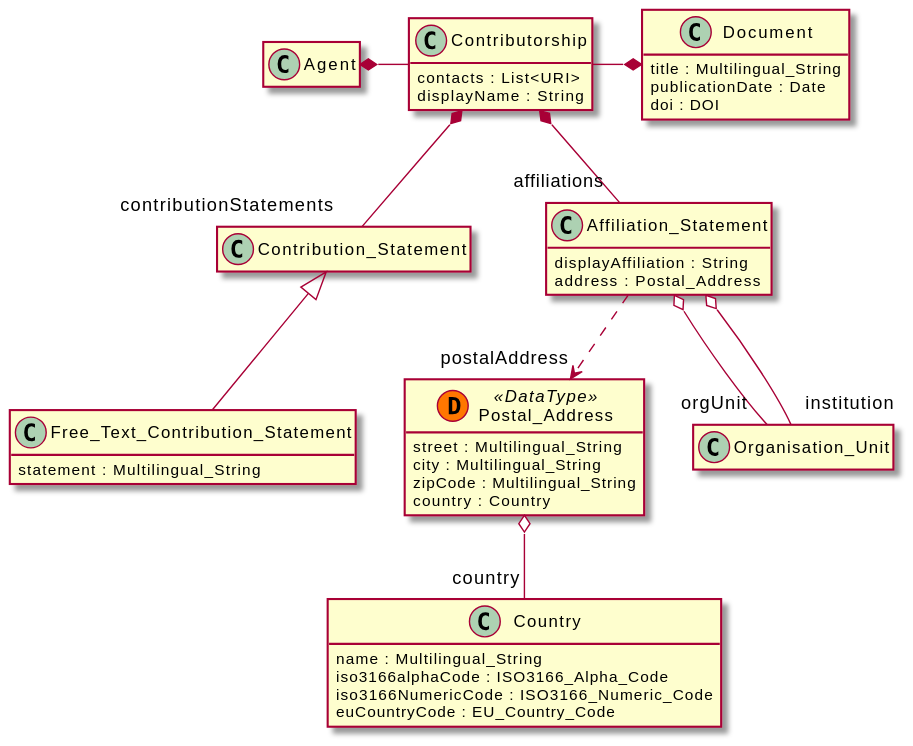
The PlantUML diagram diagrams/contributorship.svg in EuroCRIS/CERIF-Core, before a commit. Its diagram source:
```plantuml
@startuml

    !includesub core.puml!common
    !includesub core.puml!Contributorship

@enduml
```
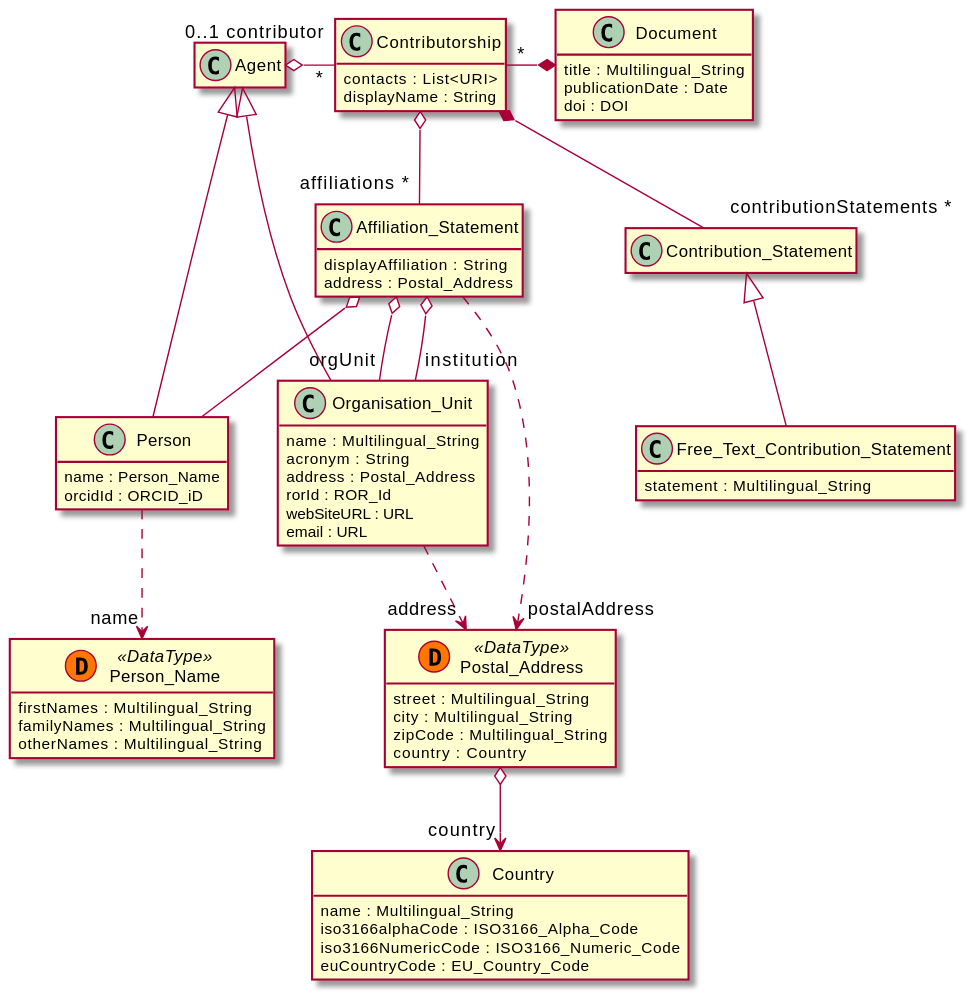
Above is the later version.

Diff of the diagram source:
```diff
@@ -1,6 +1,7 @@
 @startuml
 
     !includesub core.puml!common
+    !includesub core.puml!Agent
     !includesub core.puml!Contributorship
 
 @enduml
```
